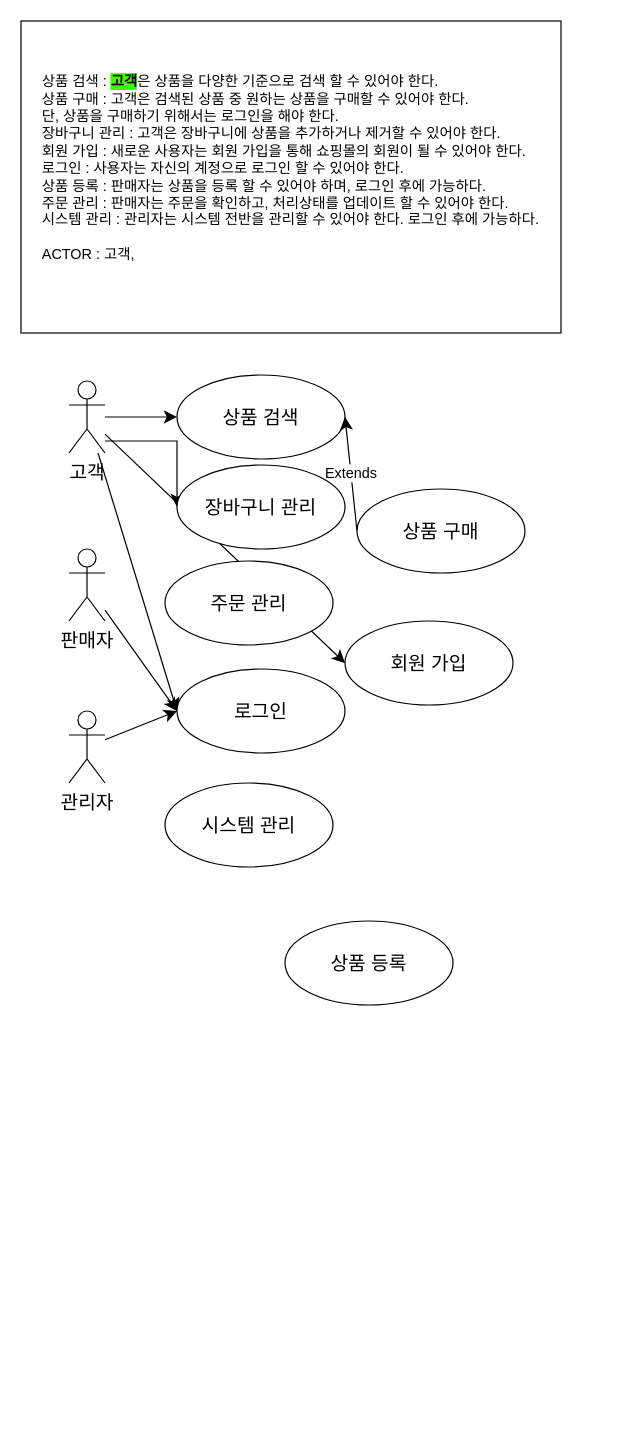
This is 제목 없는 다이어그램.drawio from GyuminGomin/Architecture, a draw.io file, before an edit. Source tidied: cells renumbered, new cells numbered last; positions are measured from the earlier drawing's top-left corner, leaving out a move shared by most shapes. Both pictures are drawn from the tidied source at 120%, with x=0, y=0 at pixel (20, 20).
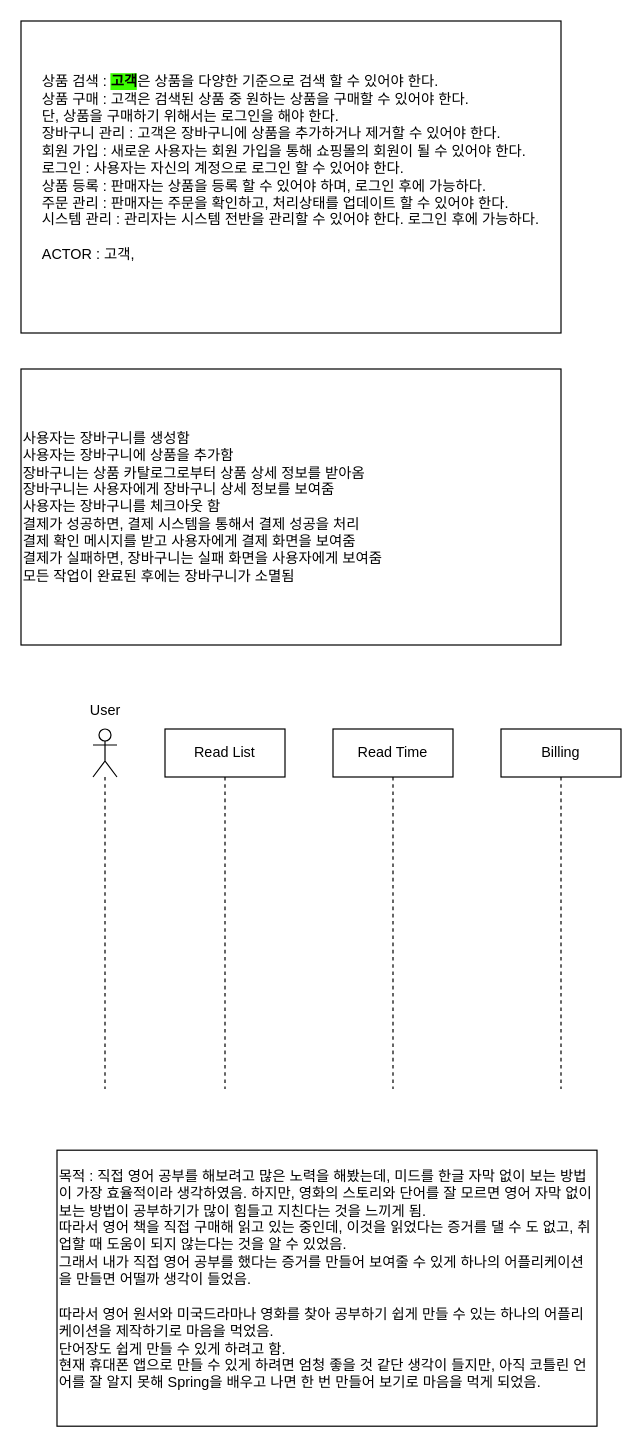
The same page after the edit.

Commit message:
제목 없는 다이어그램.drawio 업데이트

Change to the diagram source:
```diff
@@
-    <mxCell id="3" style="edgeStyle=none;curved=1;rounded=0;jettySize=auto;html=1;entryX=0;entryY=0.5;entryDx=0;entryDy=0;fontSize=12;startSize=8;endSize=8;" parent="1" edge="1" source="7" target="12">
-      <mxGeometry relative="1" as="geometry" />
-    </mxCell>
-    <mxCell id="4" style="edgeStyle=none;curved=1;rounded=0;jettySize=auto;html=1;entryX=0;entryY=0.5;entryDx=0;entryDy=0;fontSize=12;startSize=8;endSize=8;" parent="1" edge="1" source="7" target="17">
-      <mxGeometry relative="1" as="geometry" />
-    </mxCell>
-    <mxCell id="5" style="edgeStyle=none;curved=1;rounded=0;jettySize=auto;html=1;entryX=0;entryY=0.5;entryDx=0;entryDy=0;fontSize=12;startSize=8;endSize=8;" parent="1" edge="1" source="7" target="16">
-      <mxGeometry relative="1" as="geometry" />
-    </mxCell>
-    <mxCell id="6" style="edgeStyle=orthogonalEdgeStyle;rounded=0;jettySize=auto;html=1;entryX=0;entryY=0.5;entryDx=0;entryDy=0;fontSize=12;startSize=8;endSize=8;" parent="1" edge="1" source="7" target="15">
-      <mxGeometry relative="1" as="geometry">
-        <Array as="points">
-          <mxPoint x="130" y="350" />
-        </Array>
-      </mxGeometry>
-    </mxCell>
-    <mxCell id="7" value="고객" style="shape=umlActor;verticalLabelPosition=bottom;verticalAlign=top;html=1;fontSize=16;" parent="1" vertex="1">
-      <mxGeometry x="40" y="300" width="30" height="60" as="geometry" />
-    </mxCell>
-    <mxCell id="8" style="edgeStyle=none;curved=1;rounded=0;jettySize=auto;html=1;fontSize=12;startSize=8;endSize=8;entryX=0;entryY=0.5;entryDx=0;entryDy=0;" parent="1" edge="1" source="9" target="17">
-      <mxGeometry relative="1" as="geometry" />
-    </mxCell>
-    <mxCell id="9" value="판매자" style="shape=umlActor;verticalLabelPosition=bottom;verticalAlign=top;html=1;fontSize=16;" parent="1" vertex="1">
-      <mxGeometry x="40" y="440" width="30" height="60" as="geometry" />
-    </mxCell>
-    <mxCell id="10" style="edgeStyle=none;curved=1;rounded=0;jettySize=auto;html=1;entryX=0;entryY=0.5;entryDx=0;entryDy=0;fontSize=12;startSize=8;endSize=8;" parent="1" edge="1" source="11" target="17">
-      <mxGeometry relative="1" as="geometry" />
-    </mxCell>
-    <mxCell id="11" value="관리자" style="shape=umlActor;verticalLabelPosition=bottom;verticalAlign=top;html=1;fontSize=16;" parent="1" vertex="1">
-      <mxGeometry x="40" y="575" width="30" height="60" as="geometry" />
-    </mxCell>
-    <mxCell id="12" value="상품 검색" style="ellipse;whiteSpace=wrap;html=1;fontSize=16;" parent="1" vertex="1">
-      <mxGeometry x="130" y="295" width="140" height="70" as="geometry" />
-    </mxCell>
-    <mxCell id="13" value="Extends" style="edgeStyle=none;curved=1;rounded=0;jettySize=auto;html=1;entryX=1;entryY=0.5;entryDx=0;entryDy=0;fontSize=12;startSize=8;endSize=8;exitX=0;exitY=0.5;exitDx=0;exitDy=0;" parent="1" edge="1" source="14" target="12">
-      <mxGeometry relative="1" as="geometry" />
-    </mxCell>
-    <mxCell id="14" value="상품 구매" style="ellipse;whiteSpace=wrap;html=1;fontSize=16;" parent="1" vertex="1">
-      <mxGeometry x="280" y="390" width="140" height="70" as="geometry" />
-    </mxCell>
-    <mxCell id="15" value="장바구니 관리" style="ellipse;whiteSpace=wrap;html=1;fontSize=16;" parent="1" vertex="1">
-      <mxGeometry x="130" y="370" width="140" height="70" as="geometry" />
-    </mxCell>
-    <mxCell id="16" value="회원 가입" style="ellipse;whiteSpace=wrap;html=1;fontSize=16;" parent="1" vertex="1">
-      <mxGeometry x="270" y="500" width="140" height="70" as="geometry" />
-    </mxCell>
-    <mxCell id="17" value="로그인" style="ellipse;whiteSpace=wrap;html=1;fontSize=16;" parent="1" vertex="1">
-      <mxGeometry x="130" y="540" width="140" height="70" as="geometry" />
-    </mxCell>
-    <mxCell id="18" value="상품 등록" style="ellipse;whiteSpace=wrap;html=1;fontSize=16;" parent="1" vertex="1">
-      <mxGeometry x="220" y="750" width="140" height="70" as="geometry" />
-    </mxCell>
-    <mxCell id="19" value="주문 관리" style="ellipse;whiteSpace=wrap;html=1;fontSize=16;" parent="1" vertex="1">
-      <mxGeometry x="120" y="450" width="140" height="70" as="geometry" />
-    </mxCell>
-    <mxCell id="20" value="시스템 관리" style="ellipse;whiteSpace=wrap;html=1;fontSize=16;" parent="1" vertex="1">
-      <mxGeometry x="120" y="635" width="140" height="70" as="geometry" />
-    </mxCell>
+    <mxCell id="21" value="&lt;div style=&quot;&quot;&gt;&lt;span style=&quot;background-color: initial;&quot;&gt;사용자는 장바구니를 생성함&lt;/span&gt;&lt;/div&gt;&lt;div style=&quot;&quot;&gt;&lt;span style=&quot;background-color: initial;&quot;&gt;사용자는 장바구니에 상품을 추가함&lt;/span&gt;&lt;/div&gt;&lt;div style=&quot;&quot;&gt;&lt;span style=&quot;background-color: initial;&quot;&gt;장바구니는 상품 카탈로그로부터 상품 상세 정보를 받아옴&lt;/span&gt;&lt;/div&gt;&lt;div style=&quot;&quot;&gt;&lt;span style=&quot;background-color: initial;&quot;&gt;장바구니는 사용자에게 장바구니 상세 정보를 보여줌&lt;/span&gt;&lt;/div&gt;&lt;div style=&quot;&quot;&gt;&lt;span style=&quot;background-color: initial;&quot;&gt;사용자는 장바구니를 체크아웃 함&lt;/span&gt;&lt;/div&gt;&lt;div style=&quot;&quot;&gt;&lt;span style=&quot;background-color: initial;&quot;&gt;결제가 성공하면, 결제 시스템을 통해서 결제 성공을 처리&lt;/span&gt;&lt;/div&gt;&lt;div style=&quot;&quot;&gt;&lt;span style=&quot;background-color: initial;&quot;&gt;결제 확인 메시지를 받고 사용자에게 결제 화면을 보여줌&lt;/span&gt;&lt;/div&gt;&lt;div style=&quot;&quot;&gt;&lt;span style=&quot;background-color: initial;&quot;&gt;결제가 실패하면, 장바구니는 실패 화면을 사용자에게 보여줌&lt;/span&gt;&lt;/div&gt;&lt;div style=&quot;&quot;&gt;&lt;span style=&quot;background-color: initial;&quot;&gt;모든 작업이 완료된 후에는 장바구니가 소멸됨&lt;/span&gt;&lt;/div&gt;" style="rounded=0;whiteSpace=wrap;html=1;align=left;" parent="1" vertex="1">
+      <mxGeometry y="290" width="450" height="230" as="geometry" />
+    </mxCell>
+    <mxCell id="22" style="shape=umlLifeline;perimeter=lifelinePerimeter;whiteSpace=wrap;html=1;newEdgeStyle={&quot;curved&quot;:0,&quot;rounded&quot;:0};participant=umlActor;" parent="1" vertex="1">
+      <mxGeometry x="60" y="590" width="20" height="300" as="geometry" />
+    </mxCell>
+    <mxCell id="23" value="User" style="text;html=1;align=center;verticalAlign=middle;strokeColor=none;fillColor=none;" parent="1" vertex="1">
+      <mxGeometry x="45" y="560" width="50" height="30" as="geometry" />
+    </mxCell>
+    <mxCell id="24" value="Read List" style="shape=umlLifeline;perimeter=lifelinePerimeter;whiteSpace=wrap;html=1;newEdgeStyle={&quot;curved&quot;:0,&quot;rounded&quot;:0};" parent="1" vertex="1">
+      <mxGeometry x="120" y="590" width="100" height="300" as="geometry" />
+    </mxCell>
+    <mxCell id="25" value="Read Time" style="shape=umlLifeline;perimeter=lifelinePerimeter;whiteSpace=wrap;html=1;newEdgeStyle={&quot;curved&quot;:0,&quot;rounded&quot;:0};" parent="1" vertex="1">
+      <mxGeometry x="260" y="590" width="100" height="300" as="geometry" />
+    </mxCell>
+    <mxCell id="26" value="Billing" style="shape=umlLifeline;perimeter=lifelinePerimeter;whiteSpace=wrap;html=1;newEdgeStyle={&quot;curved&quot;:0,&quot;rounded&quot;:0};" parent="1" vertex="1">
+      <mxGeometry x="400" y="590" width="100" height="300" as="geometry" />
+    </mxCell>
+    <mxCell id="27" value="&lt;div style=&quot;&quot;&gt;&lt;span style=&quot;background-color: initial;&quot;&gt;목적 : 직접 영어 공부를 해보려고 많은 노력을 해봤는데, 미드를 한글 자막 없이 보는 방법이 가장 효율적이라 생각하였음. 하지만, 영화의 스토리와 단어를 잘 모르면 영어 자막 없이 보는 방법이 공부하기가 많이 힘들고 지친다는 것을 느끼게 됨.&lt;/span&gt;&lt;br&gt;&lt;/div&gt;&lt;div style=&quot;&quot;&gt;따라서 영어 책을 직접 구매해 읽고 있는 중인데, 이것을 읽었다는 증거를 댈 수 도 없고, 취업할 때 도움이 되지 않는다는 것을 알 수 있었음.&lt;/div&gt;&lt;div style=&quot;&quot;&gt;그래서 내가 직접 영어 공부를 했다는 증거를 만들어 보여줄 수 있게 하나의 어플리케이션을 만들면 어떨까 생각이 들었음.&lt;/div&gt;&lt;div style=&quot;&quot;&gt;&lt;br&gt;&lt;/div&gt;&lt;div style=&quot;&quot;&gt;따라서 영어 원서와 미국드라마나 영화를 찾아 공부하기 쉽게 만들 수 있는 하나의 어플리케이션을 제작하기로 마음을 먹었음.&lt;/div&gt;&lt;div style=&quot;&quot;&gt;단어장도 쉽게 만들 수 있게 하려고 함.&lt;/div&gt;&lt;div style=&quot;&quot;&gt;현재 휴대폰 앱으로 만들 수 있게 하려면 엄청 좋을 것 같단 생각이 들지만, 아직 코틀린 언어를 잘 알지 못해 Spring을 배우고 나면 한 번 만들어 보기로 마음을 먹게 되었음.&lt;/div&gt;&lt;div style=&quot;&quot;&gt;&lt;br&gt;&lt;/div&gt;" style="rounded=0;whiteSpace=wrap;html=1;align=left;" parent="1" vertex="1">
+      <mxGeometry x="30" y="941" width="450" height="230" as="geometry" />
+    </mxCell>
```
